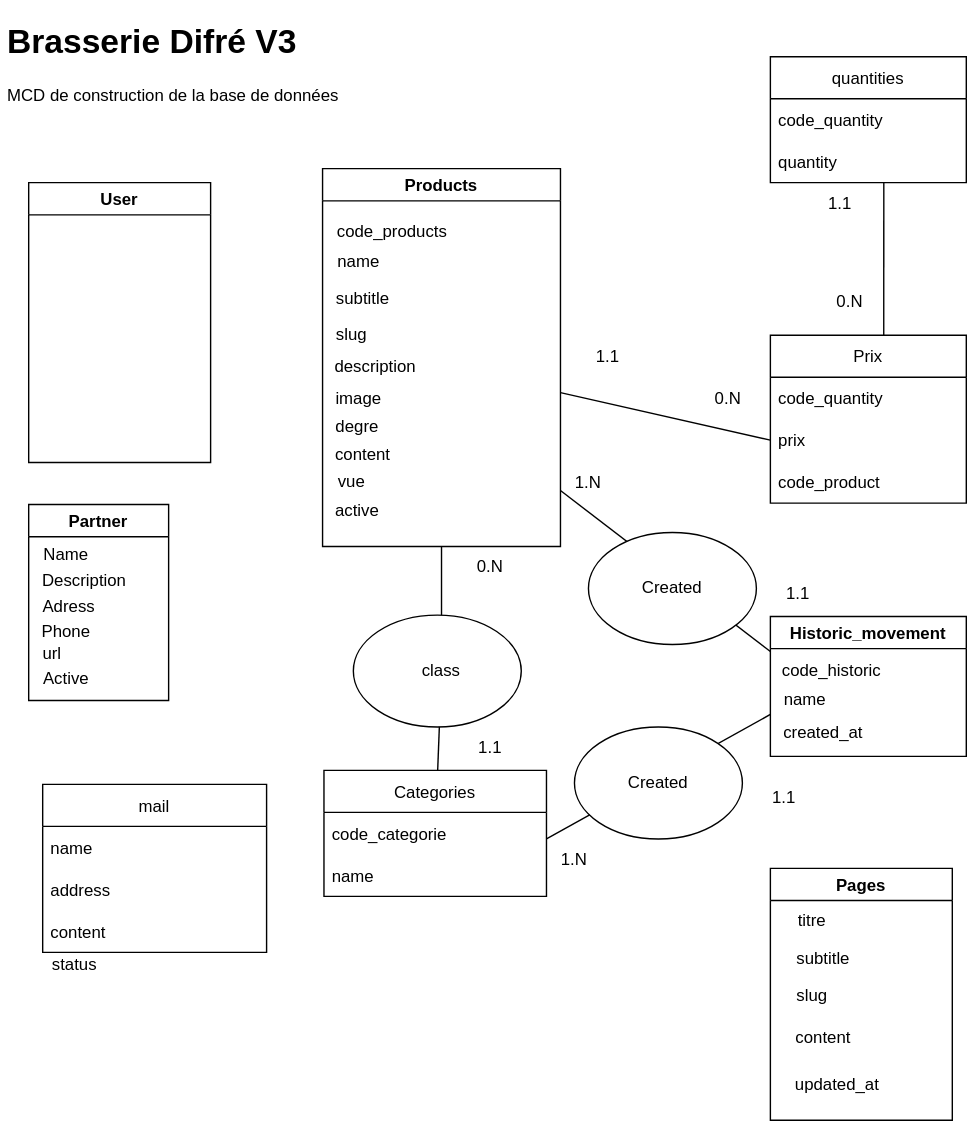
Earlier version of the draw.io export sources/mcd.drawio.svg (maitrecanard/brasseriedifre_v3). Source tidied: cells renumbered, new cells last; positions are measured from the earlier drawing's top-left corner, leaving out a move shared by most shapes.
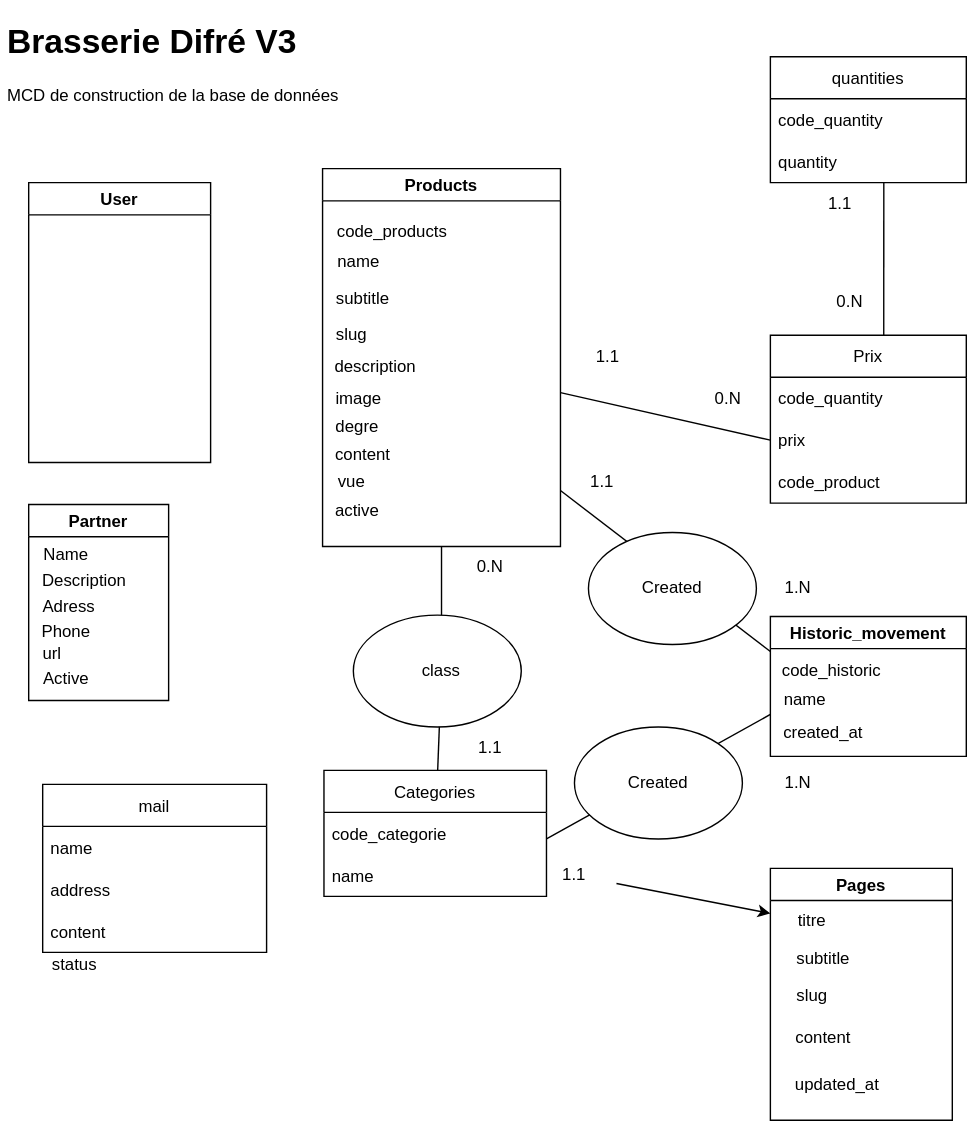
The same file after the commit.

What changed in the source:
```diff
@@ -142,16 +142,19 @@
       <mxGeometry x="410" y="509" width="120" height="80" as="geometry" />
     </mxCell>
     <mxCell id="45" value="1.N" style="text;html=1;strokeColor=none;fillColor=none;align=center;verticalAlign=middle;whiteSpace=wrap;rounded=0;" parent="1" vertex="1">
-      <mxGeometry x="390" y="320" width="60" height="30" as="geometry" />
+      <mxGeometry x="540" y="395" width="60" height="30" as="geometry" />
     </mxCell>
     <mxCell id="46" value="1.1" style="text;html=1;strokeColor=none;fillColor=none;align=center;verticalAlign=middle;whiteSpace=wrap;rounded=0;" parent="1" vertex="1">
-      <mxGeometry x="540" y="399" width="60" height="30" as="geometry" />
+      <mxGeometry x="400" y="319" width="60" height="30" as="geometry" />
     </mxCell>
     <mxCell id="47" value="1.N" style="text;html=1;strokeColor=none;fillColor=none;align=center;verticalAlign=middle;whiteSpace=wrap;rounded=0;" parent="1" vertex="1">
-      <mxGeometry x="380" y="589" width="60" height="30" as="geometry" />
+      <mxGeometry x="540" y="534" width="60" height="30" as="geometry" />
     </mxCell>
+    <mxCell id="67" style="edgeStyle=none;html=1;" parent="1" edge="1" source="48" target="62">
+      <mxGeometry relative="1" as="geometry" />
+    </mxCell>
     <mxCell id="48" value="1.1" style="text;html=1;strokeColor=none;fillColor=none;align=center;verticalAlign=middle;whiteSpace=wrap;rounded=0;" parent="1" vertex="1">
-      <mxGeometry x="530" y="545" width="60" height="30" as="geometry" />
+      <mxGeometry x="380" y="600" width="60" height="30" as="geometry" />
     </mxCell>
     <mxCell id="49" value="Partner" style="swimlane;" parent="1" vertex="1">
       <mxGeometry x="20" y="350" width="100" height="140" as="geometry" />
```
